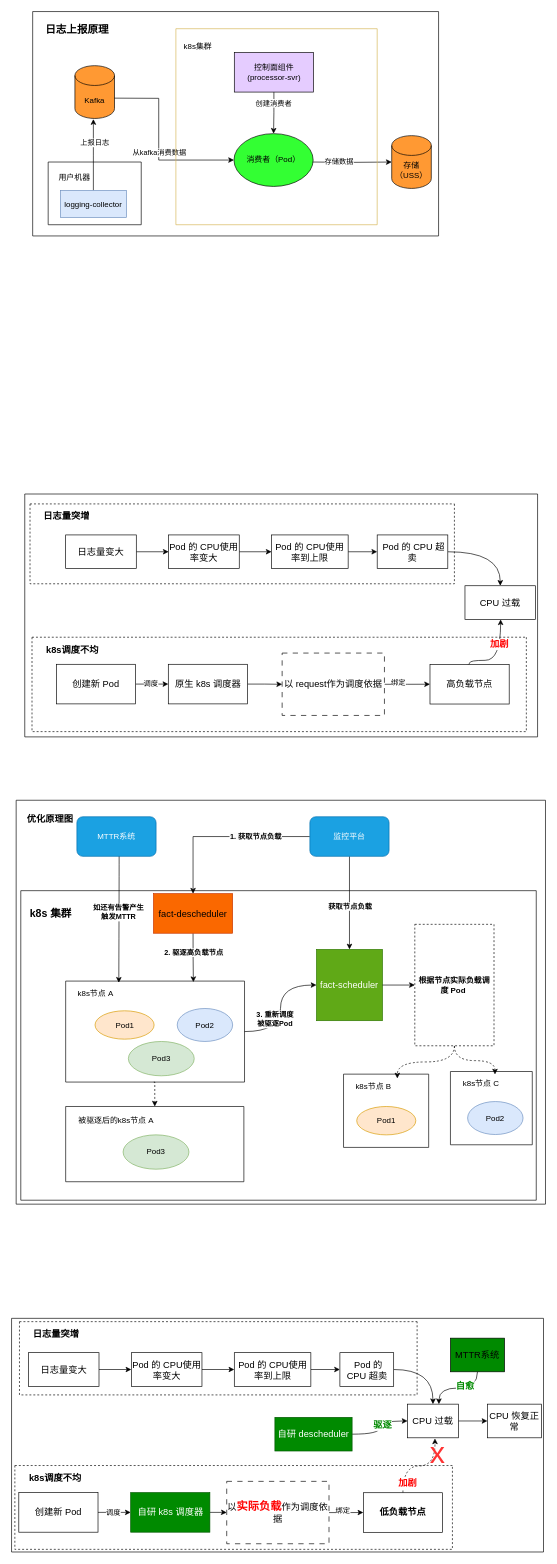
Above: page "解决高负载问题" (1 of 12) of promotion.drawio in WebbingXu/draw (draw.io), before the change. Source tidied: cells renumbered, new cells numbered last; positions are measured from the earlier drawing's top-left corner, leaving out a move shared by most shapes. Both pictures are drawn from the tidied source at 66%, with x=0, y=0 at pixel (11, 11).
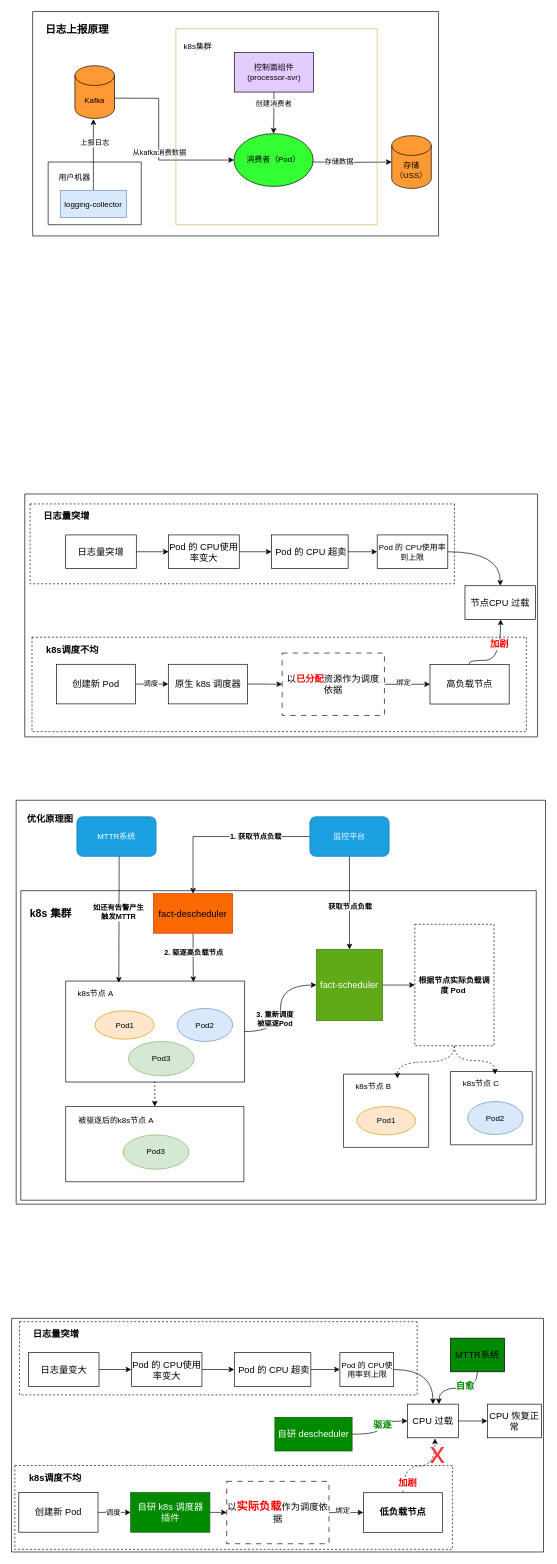
The same page after the edit.

Unchanged cells that the change refers to:
```xml
<mxCell id="28" style="edgeStyle=orthogonalEdgeStyle;rounded=0;jettySize=auto;html=1;" parent="1" edge="1" source="30" target="33">
  <mxGeometry relative="1" as="geometry" />
</mxCell>
```

Diff of the diagram source:
```diff
@@
-    <mxCell id="15" value="&lt;font style=&quot;font-size: 14px;&quot;&gt;日志量变大&lt;/font&gt;" style="rounded=0;whiteSpace=wrap;html=1;" parent="1" vertex="1">
+    <mxCell id="15" value="&lt;font style=&quot;font-size: 14px;&quot;&gt;日志量突增&lt;/font&gt;" style="rounded=0;whiteSpace=wrap;html=1;" parent="1" vertex="1">
       <mxGeometry x="82" y="793" width="107" height="51" as="geometry" />
     </mxCell>
@@
-    <mxCell id="19" value="&lt;font style=&quot;font-size: 14px;&quot;&gt;Pod 的 CPU使用率到上限&lt;/font&gt;" style="rounded=0;whiteSpace=wrap;html=1;" parent="1" vertex="1">
+    <mxCell id="19" value="&lt;font style=&quot;font-size: 14px;&quot;&gt;&amp;nbsp;Pod 的 CPU 超卖&lt;br&gt;&lt;/font&gt;" style="rounded=0;whiteSpace=wrap;html=1;" parent="1" vertex="1">
       <mxGeometry x="394" y="793" width="116" height="51" as="geometry" />
     </mxCell>
@@
-    <mxCell id="21" value="&lt;font style=&quot;font-size: 14px;&quot;&gt;&amp;nbsp;Pod 的 CPU 超卖&lt;/font&gt;" style="rounded=0;whiteSpace=wrap;html=1;" parent="1" vertex="1">
+    <mxCell id="21" value="Pod 的 CPU使用率到上限" style="rounded=0;whiteSpace=wrap;html=1;" parent="1" vertex="1">
       <mxGeometry x="554" y="793" width="107" height="51" as="geometry" />
     </mxCell>
@@
-    <mxCell id="27" value="&lt;font style=&quot;font-size: 14px;&quot;&gt;CPU 过载&lt;/font&gt;" style="rounded=0;whiteSpace=wrap;html=1;" parent="1" vertex="1">
+    <mxCell id="27" value="&lt;font style=&quot;font-size: 14px;&quot;&gt;节点CPU 过载&lt;/font&gt;" style="rounded=0;whiteSpace=wrap;html=1;" parent="1" vertex="1">
       <mxGeometry x="687" y="870" width="107" height="51" as="geometry" />
     </mxCell>
@@
     <mxCell id="29" value="绑定" style="edgeLabel;html=1;align=center;verticalAlign=middle;" parent="28" vertex="1">
-      <mxGeometry x="-0.42" y="3" relative="1" as="geometry" />
+      <mxGeometry x="-0.42" y="3" relative="1" as="geometry">
+        <mxPoint x="8" as="offset" />
+      </mxGeometry>
     </mxCell>
-    <mxCell id="30" value="&lt;font style=&quot;font-size: 14px;&quot;&gt;以 request作为调度依据&lt;/font&gt;" style="rounded=0;whiteSpace=wrap;html=1;dashed=1;dashPattern=8 8;" parent="1" vertex="1">
+    <mxCell id="30" value="&lt;font style=&quot;font-size: 14px;&quot;&gt;以&lt;b&gt;&lt;font color=&quot;#ff0000&quot;&gt;已分配&lt;/font&gt;&lt;/b&gt;资源作为调度依据&lt;/font&gt;" style="rounded=0;whiteSpace=wrap;html=1;dashed=1;dashPattern=8 8;" parent="1" vertex="1">
       <mxGeometry x="410" y="972" width="155" height="94.5" as="geometry" />
     </mxCell>
@@
-    <mxCell id="87" value="&lt;font style=&quot;font-size: 14px;&quot;&gt;Pod 的 CPU使用率到上限&lt;/font&gt;" style="rounded=0;whiteSpace=wrap;html=1;" parent="1" vertex="1">
+    <mxCell id="87" value="&lt;font style=&quot;font-size: 14px;&quot;&gt;&amp;nbsp;Pod 的 CPU 超卖&lt;br&gt;&lt;/font&gt;" style="rounded=0;whiteSpace=wrap;html=1;" parent="1" vertex="1">
       <mxGeometry x="337.5" y="2032" width="116" height="51" as="geometry" />
     </mxCell>
@@
-    <mxCell id="89" value="&lt;font style=&quot;font-size: 14px;&quot;&gt;&amp;nbsp;Pod 的 CPU 超卖&lt;/font&gt;" style="rounded=0;whiteSpace=wrap;html=1;" parent="1" vertex="1">
+    <mxCell id="89" value="Pod 的 CPU使用率到上限" style="rounded=0;whiteSpace=wrap;html=1;" parent="1" vertex="1">
       <mxGeometry x="497.5" y="2032" width="81.5" height="51" as="geometry" />
     </mxCell>
@@
-    <mxCell id="94" value="&lt;font style=&quot;font-size: 14px;&quot;&gt;自研 k8s 调度器&lt;/font&gt;" style="rounded=0;whiteSpace=wrap;html=1;fillColor=#008a00;fontColor=#ffffff;strokeColor=#005700;" parent="1" vertex="1">
+    <mxCell id="94" value="&lt;font style=&quot;font-size: 14px;&quot;&gt;自研 k8s 调度器&lt;br&gt;插件&lt;br&gt;&lt;/font&gt;" style="rounded=0;whiteSpace=wrap;html=1;fillColor=#008a00;fontColor=#ffffff;strokeColor=#005700;" parent="1" vertex="1">
       <mxGeometry x="180.5" y="2244" width="120" height="60" as="geometry" />
     </mxCell>
```
